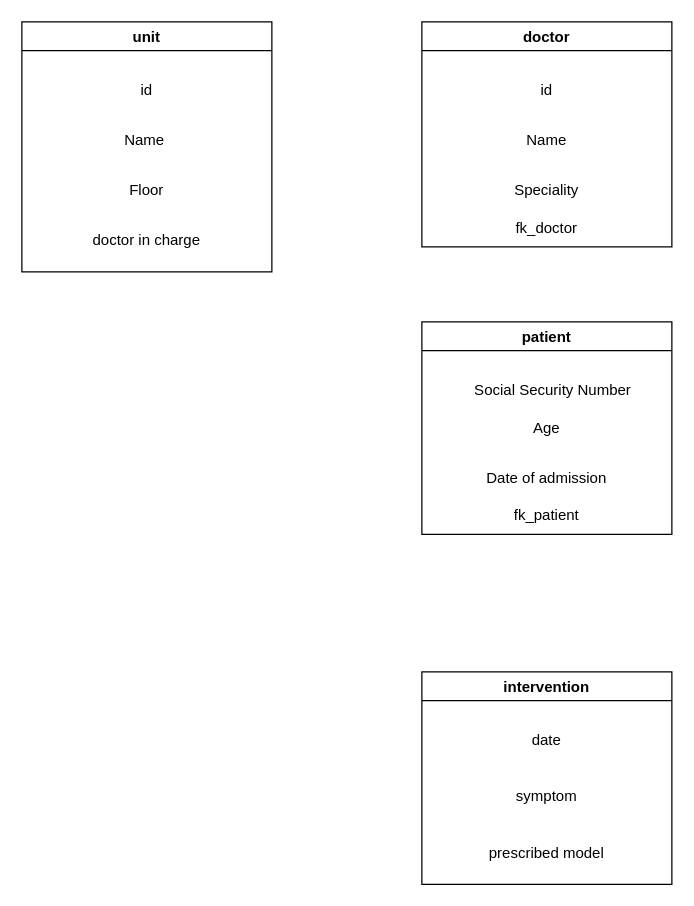
This is Daniela/exercise 2/step2.drawio from lingchunyang/BE16_chun_daniela_DatabaseDevelopment, a draw.io file, before an edit. Source tidied: cells renumbered, new cells numbered last; positions are measured from the earlier drawing's top-left corner, leaving out a move shared by most shapes. Both pictures are drawn from the tidied source at 125%, with x=0, y=0 at pixel (21, 21).
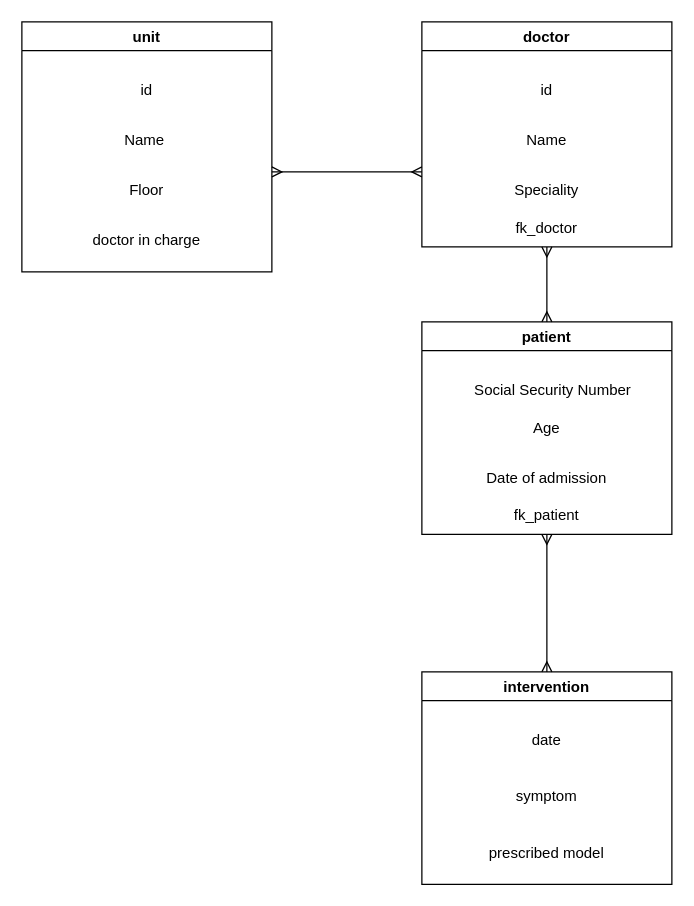
The same page after the edit.

Unchanged cells that the change refers to:
```xml
<mxCell id="2" value="patient" style="swimlane;" parent="1" vertex="1">
  <mxGeometry x="320" y="240" width="200" height="170" as="geometry" />
</mxCell>
<mxCell id="6" value="fk_patient" style="text;html=1;strokeColor=none;fillColor=none;align=center;verticalAlign=middle;whiteSpace=wrap;rounded=0;" parent="2" vertex="1">
  <mxGeometry y="140" width="200" height="30" as="geometry" />
</mxCell>
<mxCell id="10" value="Floor" style="text;html=1;strokeColor=none;fillColor=none;align=center;verticalAlign=middle;whiteSpace=wrap;rounded=0;" parent="7" vertex="1">
  <mxGeometry y="120" width="200" height="30" as="geometry" />
</mxCell>
<mxCell id="14" value="Speciality" style="text;html=1;strokeColor=none;fillColor=none;align=center;verticalAlign=middle;whiteSpace=wrap;rounded=0;" parent="11" vertex="1">
  <mxGeometry y="120" width="200" height="30" as="geometry" />
</mxCell>
<mxCell id="15" value="fk_doctor" style="text;html=1;strokeColor=none;fillColor=none;align=center;verticalAlign=middle;whiteSpace=wrap;rounded=0;" parent="11" vertex="1">
  <mxGeometry y="150" width="200" height="30" as="geometry" />
</mxCell>
<mxCell id="16" value="intervention" style="swimlane;" parent="1" vertex="1">
  <mxGeometry x="320" y="520" width="200" height="170" as="geometry" />
</mxCell>
```

Diff of the diagram source:
```diff
@@
+    <mxCell id="21" style="endArrow=ERmany;html=1;exitX=1;exitY=0;exitDx=0;exitDy=0;entryX=0;entryY=0;entryDx=0;entryDy=0;startArrow=ERmany;startFill=0;endFill=0;" parent="1" edge="1" source="10" target="14">
+      <mxGeometry relative="1" as="geometry" />
+    </mxCell>
+    <mxCell id="22" style="endArrow=ERmany;html=1;entryX=0.5;entryY=1;entryDx=0;entryDy=0;exitX=0.5;exitY=0;exitDx=0;exitDy=0;startArrow=ERmany;startFill=0;endFill=0;" parent="1" edge="1" source="2" target="15">
+      <mxGeometry relative="1" as="geometry" />
+    </mxCell>
+    <mxCell id="23" style="endArrow=ERmany;html=1;exitX=0.5;exitY=0;exitDx=0;exitDy=0;entryX=0.5;entryY=1;entryDx=0;entryDy=0;startArrow=ERmany;startFill=0;endFill=0;" parent="1" edge="1" source="16" target="6">
+      <mxGeometry relative="1" as="geometry" />
+    </mxCell>
```
